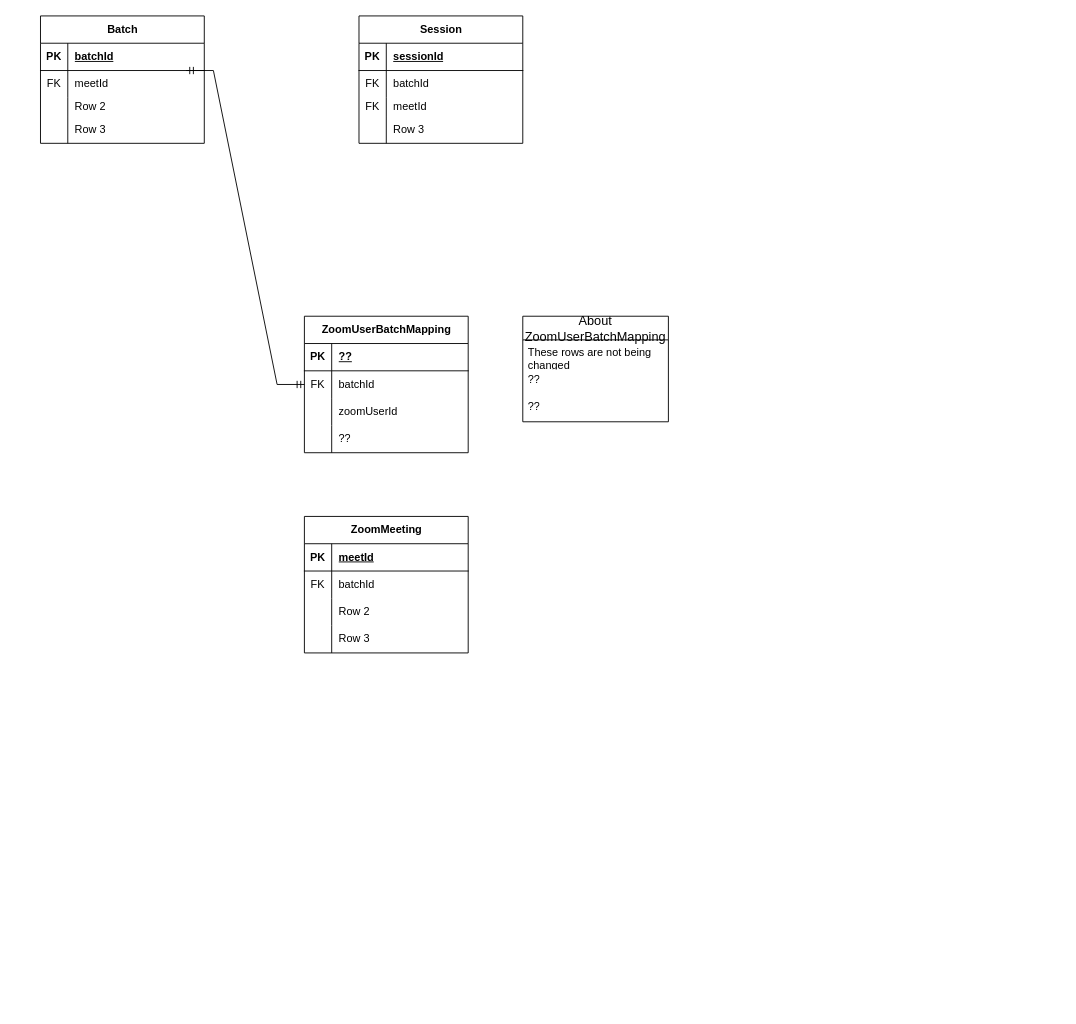
Above: iECHOBatchIDMismatch.drawio in wardance-ferret/drawio (draw.io), before the change. Source tidied: cells renumbered, new cells numbered last; positions are measured from the earlier drawing's top-left corner, leaving out a move shared by most shapes. Both pictures are drawn from the tidied source at 91%, with x=0, y=0 at pixel (-333, 15).
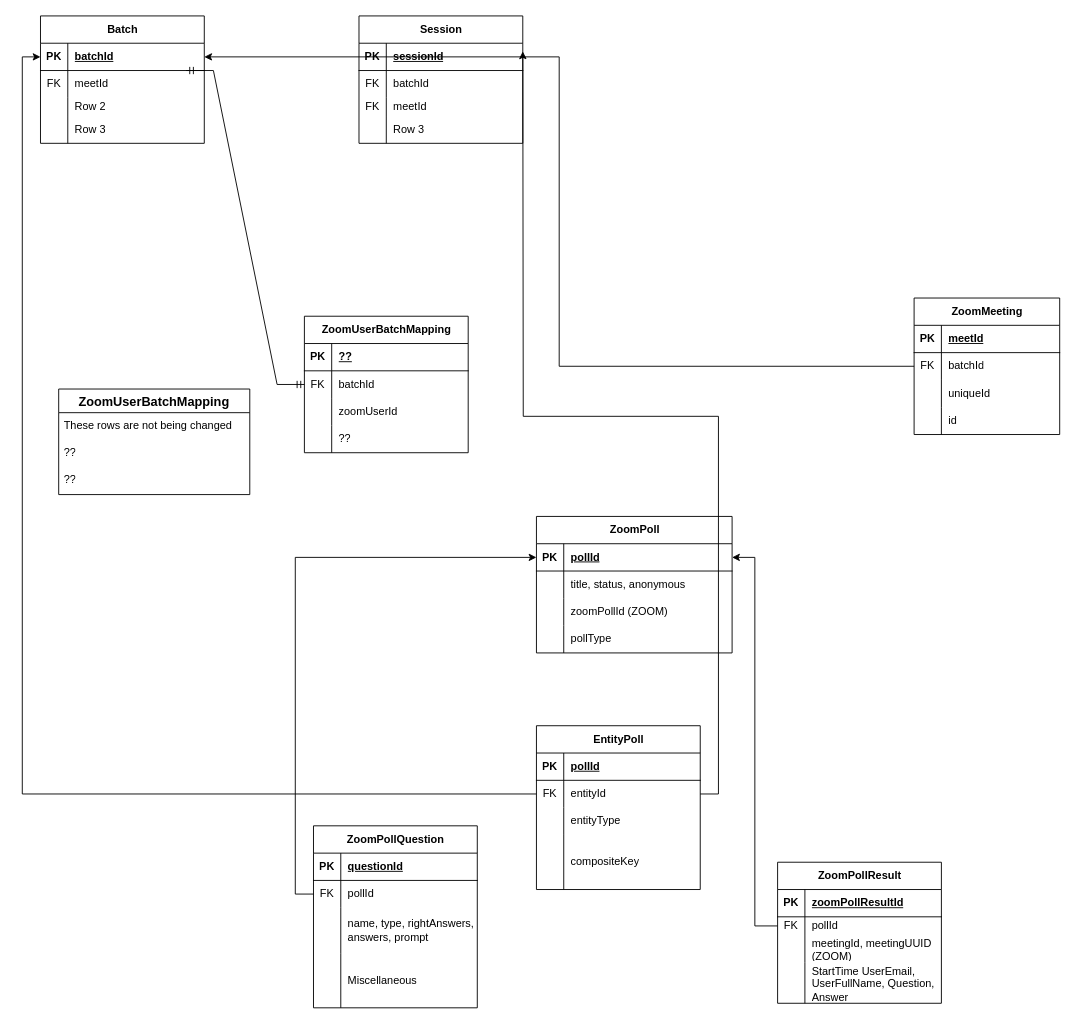
The same diagram, later.

Unchanged cells that the change refers to:
```xml
<mxCell id="3" style="shape=tableRow;horizontal=0;startSize=0;swimlaneHead=0;swimlaneBody=0;fillColor=none;points=[[0,0.5],[1,0.5]];portConstraint=eastwest;top=0;left=0;right=0;bottom=1;" parent="2" vertex="1">
  <mxGeometry y="30" width="180" height="30" as="geometry" />
</mxCell>
```

Change to the diagram source:
```diff
@@
     <mxCell id="28" value="ZoomMeeting" style="shape=table;startSize=30;childLayout=tableLayout;rowLines=0;fontStyle=1;align=center;html=1;" parent="1" vertex="1">
-      <mxGeometry x="700" y="550" width="180" height="150" as="geometry" />
+      <mxGeometry x="1370" y="310" width="160" height="150" as="geometry" />
     </mxCell>
     <mxCell id="29" style="shape=tableRow;horizontal=0;startSize=0;swimlaneHead=0;swimlaneBody=0;fillColor=none;top=0;left=0;right=0;bottom=1;" parent="28" vertex="1">
-      <mxGeometry y="30" width="180" height="30" as="geometry" />
+      <mxGeometry y="30" width="160" height="30" as="geometry" />
     </mxCell>
@@
     <mxCell id="31" value="meetId" style="shape=partialRectangle;fillColor=none;top=0;left=0;bottom=0;right=0;align=left;spacingLeft=6;fontStyle=5;overflow=hidden;whiteSpace=wrap;html=1;" parent="29" vertex="1">
-      <mxGeometry x="30" width="150" height="30" as="geometry" />
+      <mxGeometry x="30" width="130" height="30" as="geometry" />
     </mxCell>
     <mxCell id="32" style="shape=tableRow;horizontal=0;startSize=0;swimlaneHead=0;swimlaneBody=0;fillColor=none;points=[[0,0.5],[1,0.5]];portConstraint=eastwest;top=0;left=0;right=0;bottom=0;" parent="28" vertex="1">
-      <mxGeometry y="60" width="180" height="30" as="geometry" />
+      <mxGeometry y="60" width="160" height="30" as="geometry" />
     </mxCell>
@@
     <mxCell id="34" value="batchId" style="shape=partialRectangle;fillColor=none;top=0;left=0;bottom=0;right=0;align=left;spacingLeft=6;overflow=hidden;whiteSpace=wrap;html=1;" parent="32" vertex="1">
-      <mxGeometry x="30" width="150" height="30" as="geometry" />
+      <mxGeometry x="30" width="130" height="30" as="geometry" />
     </mxCell>
     <mxCell id="35" style="shape=tableRow;horizontal=0;startSize=0;swimlaneHead=0;swimlaneBody=0;fillColor=none;top=0;left=0;right=0;bottom=0;" parent="28" vertex="1">
-      <mxGeometry y="90" width="180" height="30" as="geometry" />
+      <mxGeometry y="90" width="160" height="30" as="geometry" />
     </mxCell>
@@
-    <mxCell id="37" value="Row 2" style="shape=partialRectangle;fillColor=none;top=0;left=0;bottom=0;right=0;align=left;spacingLeft=6;overflow=hidden;whiteSpace=wrap;html=1;" parent="35" vertex="1">
-      <mxGeometry x="30" width="150" height="30" as="geometry" />
+    <mxCell id="37" value="uniqueId" style="shape=partialRectangle;fillColor=none;top=0;left=0;bottom=0;right=0;align=left;spacingLeft=6;overflow=hidden;whiteSpace=wrap;html=1;" parent="35" vertex="1">
+      <mxGeometry x="30" width="130" height="30" as="geometry" />
     </mxCell>
     <mxCell id="38" style="shape=tableRow;horizontal=0;startSize=0;swimlaneHead=0;swimlaneBody=0;fillColor=none;top=0;left=0;right=0;bottom=0;" parent="28" vertex="1">
-      <mxGeometry y="120" width="180" height="30" as="geometry" />
+      <mxGeometry y="120" width="160" height="30" as="geometry" />
     </mxCell>
@@
-    <mxCell id="40" value="Row 3" style="shape=partialRectangle;fillColor=none;top=0;left=0;bottom=0;right=0;align=left;spacingLeft=6;overflow=hidden;whiteSpace=wrap;html=1;" parent="38" vertex="1">
-      <mxGeometry x="30" width="150" height="30" as="geometry" />
+    <mxCell id="40" value="id" style="shape=partialRectangle;fillColor=none;top=0;left=0;bottom=0;right=0;align=left;spacingLeft=6;overflow=hidden;whiteSpace=wrap;html=1;" parent="38" vertex="1">
+      <mxGeometry x="30" width="130" height="30" as="geometry" />
     </mxCell>
-    <mxCell id="41" value="About &#10;ZoomUserBatchMapping" style="swimlane;fontStyle=0;horizontal=1;startSize=26;align=center;fontSize=14;" parent="1" vertex="1">
-      <mxGeometry x="940" y="330" width="160" height="116" as="geometry" />
+    <mxCell id="41" value="ZoomUserBatchMapping" style="swimlane;fontStyle=1;horizontal=1;startSize=26;align=center;fontSize=14;" parent="1" vertex="1">
+      <mxGeometry x="430" y="410" width="210" height="116" as="geometry" />
     </mxCell>
     <mxCell id="42" value="These rows are not being changed" style="text;strokeColor=none;fillColor=none;spacingLeft=4;spacingRight=4;overflow=hidden;fontSize=12;whiteSpace=wrap;html=1;" parent="41" vertex="1">
-      <mxGeometry y="26" width="160" height="30" as="geometry" />
+      <mxGeometry y="26" width="210" height="30" as="geometry" />
     </mxCell>
     <mxCell id="43" value="??" style="text;strokeColor=none;fillColor=none;spacingLeft=4;spacingRight=4;overflow=hidden;fontSize=12;whiteSpace=wrap;html=1;" parent="41" vertex="1">
-      <mxGeometry y="56" width="160" height="30" as="geometry" />
+      <mxGeometry y="56" width="210" height="30" as="geometry" />
     </mxCell>
     <mxCell id="44" value="??" style="text;strokeColor=none;fillColor=none;spacingLeft=4;spacingRight=4;overflow=hidden;fontSize=12;whiteSpace=wrap;html=1;" parent="41" vertex="1">
-      <mxGeometry y="86" width="160" height="30" as="geometry" />
+      <mxGeometry y="86" width="210" height="30" as="geometry" />
     </mxCell>
@@
+    <mxCell id="59" value="ZoomPoll" style="shape=table;startSize=30;childLayout=tableLayout;rowLines=0;fontStyle=1;align=center;html=1;" parent="1" vertex="1">
+      <mxGeometry x="955" y="550" width="215" height="150" as="geometry" />
+    </mxCell>
+    <mxCell id="60" style="shape=tableRow;horizontal=0;startSize=0;swimlaneHead=0;swimlaneBody=0;fillColor=none;points=[[0,0.5],[1,0.5]];portConstraint=eastwest;top=0;left=0;right=0;bottom=1;" parent="59" vertex="1">
+      <mxGeometry y="30" width="215" height="30" as="geometry" />
+    </mxCell>
+    <mxCell id="61" value="PK" style="shape=partialRectangle;fillColor=none;top=0;left=0;bottom=0;right=0;fontStyle=1;overflow=hidden;whiteSpace=wrap;html=1;" parent="60" vertex="1">
+      <mxGeometry width="30" height="30" as="geometry" />
+    </mxCell>
+    <mxCell id="62" value="pollId" style="shape=partialRectangle;fillColor=none;top=0;left=0;bottom=0;right=0;align=left;spacingLeft=6;fontStyle=5;overflow=hidden;whiteSpace=wrap;html=1;" parent="60" vertex="1">
+      <mxGeometry x="30" width="185" height="30" as="geometry" />
+    </mxCell>
+    <mxCell id="63" style="shape=tableRow;horizontal=0;startSize=0;swimlaneHead=0;swimlaneBody=0;fillColor=none;top=0;left=0;right=0;bottom=0;" parent="59" vertex="1">
+      <mxGeometry y="60" width="215" height="30" as="geometry" />
+    </mxCell>
+    <mxCell id="64" style="shape=partialRectangle;fillColor=none;top=0;left=0;bottom=0;right=0;overflow=hidden;whiteSpace=wrap;html=1;" parent="63" vertex="1">
+      <mxGeometry width="30" height="30" as="geometry" />
+    </mxCell>
+    <mxCell id="65" value="title, status, anonymous" style="shape=partialRectangle;fillColor=none;top=0;left=0;bottom=0;right=0;align=left;spacingLeft=6;overflow=hidden;whiteSpace=wrap;html=1;" parent="63" vertex="1">
+      <mxGeometry x="30" width="185" height="30" as="geometry" />
+    </mxCell>
+    <mxCell id="66" style="shape=tableRow;horizontal=0;startSize=0;swimlaneHead=0;swimlaneBody=0;fillColor=none;top=0;left=0;right=0;bottom=0;" parent="59" vertex="1">
+      <mxGeometry y="90" width="215" height="30" as="geometry" />
+    </mxCell>
+    <mxCell id="67" style="shape=partialRectangle;fillColor=none;top=0;left=0;bottom=0;right=0;overflow=hidden;whiteSpace=wrap;html=1;" parent="66" vertex="1">
+      <mxGeometry width="30" height="30" as="geometry" />
+    </mxCell>
+    <mxCell id="68" value="zoomPollId (ZOOM)" style="shape=partialRectangle;fillColor=none;top=0;left=0;bottom=0;right=0;align=left;spacingLeft=6;overflow=hidden;whiteSpace=wrap;html=1;" parent="66" vertex="1">
+      <mxGeometry x="30" width="185" height="30" as="geometry" />
+    </mxCell>
+    <mxCell id="69" style="shape=tableRow;horizontal=0;startSize=0;swimlaneHead=0;swimlaneBody=0;fillColor=none;top=0;left=0;right=0;bottom=0;" parent="59" vertex="1">
+      <mxGeometry y="120" width="215" height="30" as="geometry" />
+    </mxCell>
+    <mxCell id="70" style="shape=partialRectangle;fillColor=none;top=0;left=0;bottom=0;right=0;overflow=hidden;whiteSpace=wrap;html=1;" parent="69" vertex="1">
+      <mxGeometry width="30" height="30" as="geometry" />
+    </mxCell>
+    <mxCell id="71" value="pollType" style="shape=partialRectangle;fillColor=none;top=0;left=0;bottom=0;right=0;align=left;spacingLeft=6;overflow=hidden;whiteSpace=wrap;html=1;" parent="69" vertex="1">
+      <mxGeometry x="30" width="185" height="30" as="geometry" />
+    </mxCell>
+    <mxCell id="72" value="ZoomPollQuestion" style="shape=table;startSize=30;childLayout=tableLayout;rowLines=0;fontStyle=1;align=center;html=1;" parent="1" vertex="1">
+      <mxGeometry x="710" y="890" width="180" height="200" as="geometry" />
+    </mxCell>
+    <mxCell id="73" style="shape=tableRow;horizontal=0;startSize=0;swimlaneHead=0;swimlaneBody=0;fillColor=none;top=0;left=0;right=0;bottom=1;" parent="72" vertex="1">
+      <mxGeometry y="30" width="180" height="30" as="geometry" />
+    </mxCell>
+    <mxCell id="74" value="PK" style="shape=partialRectangle;fillColor=none;top=0;left=0;bottom=0;right=0;fontStyle=1;overflow=hidden;whiteSpace=wrap;html=1;" parent="73" vertex="1">
+      <mxGeometry width="30" height="30" as="geometry" />
+    </mxCell>
+    <mxCell id="75" value="questionId" style="shape=partialRectangle;fillColor=none;top=0;left=0;bottom=0;right=0;align=left;spacingLeft=6;fontStyle=5;overflow=hidden;whiteSpace=wrap;html=1;" parent="73" vertex="1">
+      <mxGeometry x="30" width="150" height="30" as="geometry" />
+    </mxCell>
+    <mxCell id="76" style="shape=tableRow;horizontal=0;startSize=0;swimlaneHead=0;swimlaneBody=0;fillColor=none;points=[[0,0.5],[1,0.5]];portConstraint=eastwest;top=0;left=0;right=0;bottom=0;" parent="72" vertex="1">
+      <mxGeometry y="60" width="180" height="30" as="geometry" />
+    </mxCell>
+    <mxCell id="77" value="FK" style="shape=partialRectangle;fillColor=none;top=0;left=0;bottom=0;right=0;overflow=hidden;whiteSpace=wrap;html=1;" parent="76" vertex="1">
+      <mxGeometry width="30" height="30" as="geometry" />
+    </mxCell>
+    <mxCell id="78" value="pollId" style="shape=partialRectangle;fillColor=none;top=0;left=0;bottom=0;right=0;align=left;spacingLeft=6;overflow=hidden;whiteSpace=wrap;html=1;" parent="76" vertex="1">
+      <mxGeometry x="30" width="150" height="30" as="geometry" />
+    </mxCell>
+    <mxCell id="79" style="shape=tableRow;horizontal=0;startSize=0;swimlaneHead=0;swimlaneBody=0;fillColor=none;top=0;left=0;right=0;bottom=0;" parent="72" vertex="1">
+      <mxGeometry y="90" width="180" height="50" as="geometry" />
+    </mxCell>
+    <mxCell id="80" style="shape=partialRectangle;fillColor=none;top=0;left=0;bottom=0;right=0;overflow=hidden;whiteSpace=wrap;html=1;" parent="79" vertex="1">
+      <mxGeometry width="30" height="50" as="geometry" />
+    </mxCell>
+    <mxCell id="81" value="name, type, rightAnswers, answers, prompt" style="shape=partialRectangle;fillColor=none;top=0;left=0;bottom=0;right=0;align=left;spacingLeft=6;overflow=hidden;whiteSpace=wrap;html=1;" parent="79" vertex="1">
+      <mxGeometry x="30" width="150" height="50" as="geometry" />
+    </mxCell>
+    <mxCell id="82" style="shape=tableRow;horizontal=0;startSize=0;swimlaneHead=0;swimlaneBody=0;fillColor=none;top=0;left=0;right=0;bottom=0;" parent="72" vertex="1">
+      <mxGeometry y="140" width="180" height="60" as="geometry" />
+    </mxCell>
+    <mxCell id="83" style="shape=partialRectangle;fillColor=none;top=0;left=0;bottom=0;right=0;overflow=hidden;whiteSpace=wrap;html=1;" parent="82" vertex="1">
+      <mxGeometry width="30" height="60" as="geometry" />
+    </mxCell>
+    <mxCell id="84" value="Miscellaneous" style="shape=partialRectangle;fillColor=none;top=0;left=0;bottom=0;right=0;align=left;spacingLeft=6;overflow=hidden;whiteSpace=wrap;html=1;" parent="82" vertex="1">
+      <mxGeometry x="30" width="150" height="60" as="geometry" />
+    </mxCell>
+    <mxCell id="85" value="EntityPoll" style="shape=table;startSize=30;childLayout=tableLayout;rowLines=0;fontStyle=1;align=center;html=1;" parent="1" vertex="1">
+      <mxGeometry x="955" y="780" width="180" height="180" as="geometry" />
+    </mxCell>
+    <mxCell id="86" style="shape=tableRow;horizontal=0;startSize=0;swimlaneHead=0;swimlaneBody=0;fillColor=none;top=0;left=0;right=0;bottom=1;" parent="85" vertex="1">
+      <mxGeometry y="30" width="180" height="30" as="geometry" />
+    </mxCell>
+    <mxCell id="87" value="PK" style="shape=partialRectangle;fillColor=none;top=0;left=0;bottom=0;right=0;fontStyle=1;overflow=hidden;whiteSpace=wrap;html=1;" parent="86" vertex="1">
+      <mxGeometry width="30" height="30" as="geometry" />
+    </mxCell>
+    <mxCell id="88" value="pollId" style="shape=partialRectangle;fillColor=none;top=0;left=0;bottom=0;right=0;align=left;spacingLeft=6;fontStyle=5;overflow=hidden;whiteSpace=wrap;html=1;" parent="86" vertex="1">
+      <mxGeometry x="30" width="150" height="30" as="geometry" />
+    </mxCell>
+    <mxCell id="89" style="shape=tableRow;horizontal=0;startSize=0;swimlaneHead=0;swimlaneBody=0;fillColor=none;points=[[0,0.5],[1,0.5]];portConstraint=eastwest;top=0;left=0;right=0;bottom=0;" parent="85" vertex="1">
+      <mxGeometry y="60" width="180" height="30" as="geometry" />
+    </mxCell>
+    <mxCell id="90" value="FK" style="shape=partialRectangle;fillColor=none;top=0;left=0;bottom=0;right=0;overflow=hidden;whiteSpace=wrap;html=1;" parent="89" vertex="1">
+      <mxGeometry width="30" height="30" as="geometry" />
+    </mxCell>
+    <mxCell id="91" value="entityId" style="shape=partialRectangle;fillColor=none;top=0;left=0;bottom=0;right=0;align=left;spacingLeft=6;overflow=hidden;whiteSpace=wrap;html=1;" parent="89" vertex="1">
+      <mxGeometry x="30" width="150" height="30" as="geometry" />
+    </mxCell>
+    <mxCell id="92" style="shape=tableRow;horizontal=0;startSize=0;swimlaneHead=0;swimlaneBody=0;fillColor=none;top=0;left=0;right=0;bottom=0;" parent="85" vertex="1">
+      <mxGeometry y="90" width="180" height="30" as="geometry" />
+    </mxCell>
+    <mxCell id="93" style="shape=partialRectangle;fillColor=none;top=0;left=0;bottom=0;right=0;overflow=hidden;whiteSpace=wrap;html=1;" parent="92" vertex="1">
+      <mxGeometry width="30" height="30" as="geometry" />
+    </mxCell>
+    <mxCell id="94" value="entityType" style="shape=partialRectangle;fillColor=none;top=0;left=0;bottom=0;right=0;align=left;spacingLeft=6;overflow=hidden;whiteSpace=wrap;html=1;" parent="92" vertex="1">
+      <mxGeometry x="30" width="150" height="30" as="geometry" />
+    </mxCell>
+    <mxCell id="95" style="shape=tableRow;horizontal=0;startSize=0;swimlaneHead=0;swimlaneBody=0;fillColor=none;top=0;left=0;right=0;bottom=0;" parent="85" vertex="1">
+      <mxGeometry y="120" width="180" height="60" as="geometry" />
+    </mxCell>
+    <mxCell id="96" style="shape=partialRectangle;fillColor=none;top=0;left=0;bottom=0;right=0;overflow=hidden;whiteSpace=wrap;html=1;" parent="95" vertex="1">
+      <mxGeometry width="30" height="60" as="geometry" />
+    </mxCell>
+    <mxCell id="97" value="compositeKey" style="shape=partialRectangle;fillColor=none;top=0;left=0;bottom=0;right=0;align=left;spacingLeft=6;overflow=hidden;whiteSpace=wrap;html=1;" parent="95" vertex="1">
+      <mxGeometry x="30" width="150" height="60" as="geometry" />
+    </mxCell>
+    <mxCell id="98" value="ZoomPollResult" style="shape=table;startSize=30;childLayout=tableLayout;rowLines=0;fontStyle=1;align=center;html=1;" parent="1" vertex="1">
+      <mxGeometry x="1220" y="930" width="180" height="155" as="geometry" />
+    </mxCell>
+    <mxCell id="99" style="shape=tableRow;horizontal=0;startSize=0;swimlaneHead=0;swimlaneBody=0;fillColor=none;top=0;left=0;right=0;bottom=1;" parent="98" vertex="1">
+      <mxGeometry y="30" width="180" height="30" as="geometry" />
+    </mxCell>
+    <mxCell id="100" value="PK" style="shape=partialRectangle;fillColor=none;top=0;left=0;bottom=0;right=0;fontStyle=1;overflow=hidden;whiteSpace=wrap;html=1;" parent="99" vertex="1">
+      <mxGeometry width="30" height="30" as="geometry" />
+    </mxCell>
+    <mxCell id="101" value="zoomPollResultId" style="shape=partialRectangle;fillColor=none;top=0;left=0;bottom=0;right=0;align=left;spacingLeft=6;fontStyle=5;overflow=hidden;whiteSpace=wrap;html=1;" parent="99" vertex="1">
+      <mxGeometry x="30" width="150" height="30" as="geometry" />
+    </mxCell>
+    <mxCell id="102" style="shape=tableRow;horizontal=0;startSize=0;swimlaneHead=0;swimlaneBody=0;fillColor=none;points=[[0,0.5],[1,0.5]];portConstraint=eastwest;top=0;left=0;right=0;bottom=0;" parent="98" vertex="1">
+      <mxGeometry y="60" width="180" height="20" as="geometry" />
+    </mxCell>
+    <mxCell id="103" value="FK" style="shape=partialRectangle;fillColor=none;top=0;left=0;bottom=0;right=0;overflow=hidden;whiteSpace=wrap;html=1;" parent="102" vertex="1">
+      <mxGeometry width="30" height="20" as="geometry" />
+    </mxCell>
+    <mxCell id="104" value="pollId" style="shape=partialRectangle;fillColor=none;top=0;left=0;bottom=0;right=0;align=left;spacingLeft=6;overflow=hidden;whiteSpace=wrap;html=1;" parent="102" vertex="1">
+      <mxGeometry x="30" width="150" height="20" as="geometry" />
+    </mxCell>
+    <mxCell id="105" style="shape=tableRow;horizontal=0;startSize=0;swimlaneHead=0;swimlaneBody=0;fillColor=none;top=0;left=0;right=0;bottom=0;" parent="98" vertex="1">
+      <mxGeometry y="80" width="180" height="30" as="geometry" />
+    </mxCell>
+    <mxCell id="106" style="shape=partialRectangle;fillColor=none;top=0;left=0;bottom=0;right=0;overflow=hidden;whiteSpace=wrap;html=1;" parent="105" vertex="1">
+      <mxGeometry width="30" height="30" as="geometry" />
+    </mxCell>
+    <mxCell id="107" value="meetingId, meetingUUID (ZOOM)" style="shape=partialRectangle;fillColor=none;top=0;left=0;bottom=0;right=0;align=left;spacingLeft=6;overflow=hidden;whiteSpace=wrap;html=1;" parent="105" vertex="1">
+      <mxGeometry x="30" width="150" height="30" as="geometry" />
+    </mxCell>
+    <mxCell id="108" style="shape=tableRow;horizontal=0;startSize=0;swimlaneHead=0;swimlaneBody=0;fillColor=none;top=0;left=0;right=0;bottom=0;" parent="98" vertex="1">
+      <mxGeometry y="110" width="180" height="45" as="geometry" />
+    </mxCell>
+    <mxCell id="109" style="shape=partialRectangle;fillColor=none;top=0;left=0;bottom=0;right=0;overflow=hidden;whiteSpace=wrap;html=1;" parent="108" vertex="1">
+      <mxGeometry width="30" height="45" as="geometry" />
+    </mxCell>
+    <mxCell id="110" value="StartTime UserEmail, UserFullName, Question, Answer" style="shape=partialRectangle;fillColor=none;top=0;left=0;bottom=0;right=0;align=left;spacingLeft=6;overflow=hidden;whiteSpace=wrap;html=1;" parent="108" vertex="1">
+      <mxGeometry x="30" width="150" height="45" as="geometry" />
+    </mxCell>
+    <mxCell id="111" style="shape=partialRectangle;fillColor=none;top=0;left=0;bottom=0;right=0;align=left;spacingLeft=6;overflow=hidden;whiteSpace=wrap;html=1;" parent="1" vertex="1">
+      <mxGeometry x="985" y="700" width="140" height="20" as="geometry" />
+    </mxCell>
+    <mxCell id="112" style="shape=partialRectangle;fillColor=none;top=0;left=0;bottom=0;right=0;overflow=hidden;whiteSpace=wrap;html=1;" parent="1" vertex="1">
+      <mxGeometry x="955" y="700" width="30" height="30" as="geometry" />
+    </mxCell>
+    <mxCell id="113" style="edgeStyle=orthogonalEdgeStyle;rounded=0;jettySize=auto;html=1;exitX=0;exitY=0.5;exitDx=0;exitDy=0;entryX=0;entryY=0.5;entryDx=0;entryDy=0;" parent="1" edge="1" source="76" target="60">
+      <mxGeometry relative="1" as="geometry" />
+    </mxCell>
+    <mxCell id="114" style="edgeStyle=orthogonalEdgeStyle;rounded=0;jettySize=auto;html=1;exitX=0;exitY=0.5;exitDx=0;exitDy=0;entryX=1;entryY=0.5;entryDx=0;entryDy=0;" parent="1" edge="1" source="32" target="3">
+      <mxGeometry relative="1" as="geometry" />
+    </mxCell>
+    <mxCell id="115" style="edgeStyle=orthogonalEdgeStyle;rounded=0;jettySize=auto;html=1;exitX=1;exitY=0.5;exitDx=0;exitDy=0;" parent="1" edge="1" source="89">
+      <mxGeometry relative="1" as="geometry">
+        <mxPoint x="940" y="39" as="targetPoint" />
+      </mxGeometry>
+    </mxCell>
+    <mxCell id="116" style="edgeStyle=orthogonalEdgeStyle;rounded=0;jettySize=auto;html=1;exitX=0;exitY=0.5;exitDx=0;exitDy=0;entryX=0;entryY=0.5;entryDx=0;entryDy=0;" parent="1" edge="1" source="89" target="3">
+      <mxGeometry relative="1" as="geometry" />
+    </mxCell>
+    <mxCell id="117" style="edgeStyle=orthogonalEdgeStyle;rounded=0;jettySize=auto;html=1;exitX=0;exitY=0.5;exitDx=0;exitDy=0;entryX=1;entryY=0.5;entryDx=0;entryDy=0;" parent="1" edge="1" source="102" target="60">
+      <mxGeometry relative="1" as="geometry" />
+    </mxCell>
```
